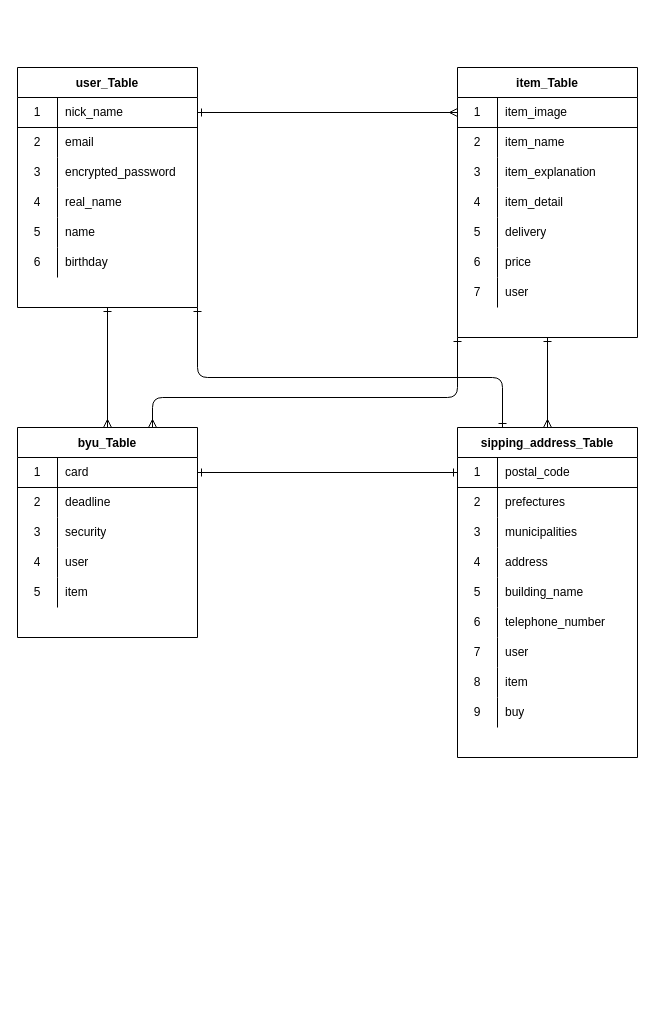
Above: furima.dio in YuuTakamine/furima-37748 (draw.io), before the change. Source tidied: cells renumbered, new cells numbered last; positions are measured from the earlier drawing's top-left corner, leaving out a move shared by most shapes. Both pictures are drawn from the tidied source at 100%, with x=0, y=0 at pixel (17, 67).
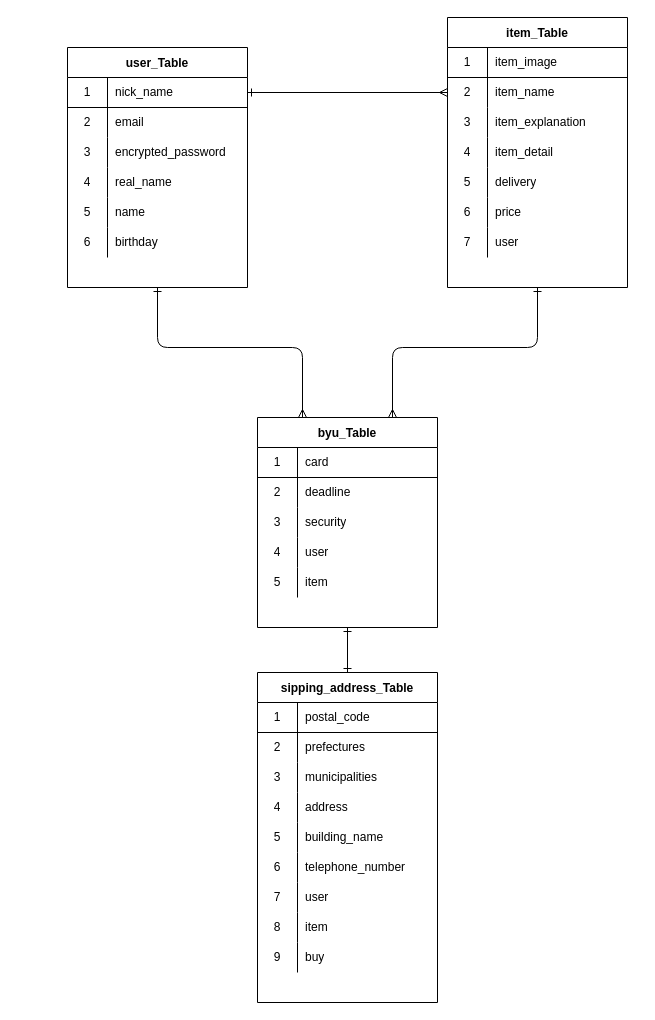
After the change.

Commit message (it also covers changes not shown here):
データベース設計(３回目)

Unchanged cells that the change refers to:
```xml
<mxCell id="5" style="shape=partialRectangle;html=1;whiteSpace=wrap;fillColor=none;top=0;left=0;bottom=1;right=0;points=[[0,0.5],[1,0.5]];portConstraint=eastwest;" parent="4" vertex="1">
  <mxGeometry y="30" width="180" height="30" as="geometry" />
</mxCell>
<mxCell id="26" style="shape=partialRectangle;html=1;whiteSpace=wrap;fillColor=none;top=0;left=0;bottom=1;right=0;points=[[0,0.5],[1,0.5]];portConstraint=eastwest;" parent="25" vertex="1">
  <mxGeometry y="30" width="180" height="30" as="geometry" />
</mxCell>
<mxCell id="29" style="shape=partialRectangle;html=1;whiteSpace=wrap;fillColor=none;top=0;left=0;bottom=0;right=0;points=[[0,0.5],[1,0.5]];portConstraint=eastwest;" parent="25" vertex="1">
  <mxGeometry y="60" width="180" height="30" as="geometry" />
</mxCell>
<mxCell id="48" style="shape=partialRectangle;html=1;whiteSpace=wrap;fillColor=none;top=0;left=0;bottom=1;right=0;points=[[0,0.5],[1,0.5]];portConstraint=eastwest;" parent="47" vertex="1">
  <mxGeometry y="30" width="180" height="30" as="geometry" />
</mxCell>
<mxCell id="64" style="shape=partialRectangle;html=1;whiteSpace=wrap;fillColor=none;top=0;left=0;bottom=1;right=0;points=[[0,0.5],[1,0.5]];portConstraint=eastwest;" parent="63" vertex="1">
  <mxGeometry y="30" width="180" height="30" as="geometry" />
</mxCell>
```

Change to the diagram source:
```diff
@@
-    <mxCell id="2" style="edgeStyle=none;html=1;exitX=0.5;exitY=1;exitDx=0;exitDy=0;entryX=0.5;entryY=0;entryDx=0;entryDy=0;startArrow=ERone;startFill=0;endArrow=ERmany;endFill=0;" parent="1" edge="1" source="4" target="47">
-      <mxGeometry relative="1" as="geometry" />
+    <mxCell id="2" style="edgeStyle=none;html=1;exitX=0.5;exitY=1;exitDx=0;exitDy=0;entryX=0.25;entryY=0;entryDx=0;entryDy=0;startArrow=ERone;startFill=0;endArrow=ERmany;endFill=0;" parent="1" edge="1" source="4" target="47">
+      <mxGeometry relative="1" as="geometry">
+        <Array as="points">
+          <mxPoint x="140" y="280" />
+          <mxPoint x="285" y="280" />
+        </Array>
+      </mxGeometry>
     </mxCell>
-    <mxCell id="3" style="edgeStyle=none;html=1;exitX=1;exitY=1;exitDx=0;exitDy=0;entryX=0.25;entryY=0;entryDx=0;entryDy=0;startArrow=ERone;startFill=0;endArrow=ERone;endFill=0;" parent="1" edge="1" source="4" target="63">
-      <mxGeometry relative="1" as="geometry">
-        <Array as="points">
-          <mxPoint x="180" y="310" />
-          <mxPoint x="485" y="310" />
-        </Array>
-      </mxGeometry>
-    </mxCell>
     <mxCell id="4" value="user_Table" style="shape=table;startSize=30;childLayout=tableLayout;rowLines=0;fontStyle=1;align=center;" parent="1" vertex="1">
-      <mxGeometry width="180" height="240" as="geometry" />
+      <mxGeometry x="50" y="-20" width="180" height="240" as="geometry" />
     </mxCell>
@@
-    <mxCell id="23" style="edgeStyle=none;html=1;exitX=0;exitY=1;exitDx=0;exitDy=0;entryX=0.75;entryY=0;entryDx=0;entryDy=0;startArrow=ERone;startFill=0;endArrow=ERmany;endFill=0;" parent="1" edge="1" source="25" target="47">
+    <mxCell id="23" style="edgeStyle=none;html=1;exitX=0.5;exitY=1;exitDx=0;exitDy=0;entryX=0.75;entryY=0;entryDx=0;entryDy=0;startArrow=ERone;startFill=0;endArrow=ERmany;endFill=0;" parent="1" edge="1" source="25" target="47">
       <mxGeometry relative="1" as="geometry">
         <Array as="points">
-          <mxPoint x="440" y="330" />
-          <mxPoint x="135" y="330" />
+          <mxPoint x="520" y="280" />
+          <mxPoint x="375" y="280" />
         </Array>
       </mxGeometry>
     </mxCell>
-    <mxCell id="24" style="edgeStyle=none;html=1;exitX=0.5;exitY=1;exitDx=0;exitDy=0;entryX=0.5;entryY=0;entryDx=0;entryDy=0;startArrow=ERone;startFill=0;endArrow=ERmany;endFill=0;" parent="1" edge="1" source="25" target="63">
-      <mxGeometry relative="1" as="geometry" />
-    </mxCell>
     <mxCell id="25" value="item_Table" style="shape=table;startSize=30;childLayout=tableLayout;rowLines=0;fontStyle=1;align=center;" parent="1" vertex="1">
-      <mxGeometry x="440" width="180" height="270" as="geometry" />
+      <mxGeometry x="430" y="-50" width="180" height="270" as="geometry" />
     </mxCell>
@@
     <mxCell id="47" value="byu_Table" style="shape=table;startSize=30;childLayout=tableLayout;rowLines=0;fontStyle=1;align=center;" parent="1" vertex="1">
-      <mxGeometry y="360" width="180" height="210" as="geometry" />
+      <mxGeometry x="240" y="350" width="180" height="210" as="geometry" />
     </mxCell>
@@
     <mxCell id="63" value="sipping_address_Table" style="shape=table;startSize=30;childLayout=tableLayout;rowLines=0;fontStyle=1;align=center;" parent="1" vertex="1">
-      <mxGeometry x="440" y="360" width="180" height="330" as="geometry" />
+      <mxGeometry x="240" y="605" width="180" height="330" as="geometry" />
     </mxCell>
@@
-    <mxCell id="91" style="edgeStyle=none;html=1;exitX=1;exitY=0.5;exitDx=0;exitDy=0;entryX=0;entryY=0.5;entryDx=0;entryDy=0;startArrow=ERone;startFill=0;endArrow=ERmany;endFill=0;" parent="1" edge="1" source="5" target="26">
+    <mxCell id="91" style="edgeStyle=none;html=1;exitX=1;exitY=0.5;exitDx=0;exitDy=0;entryX=0;entryY=0.5;entryDx=0;entryDy=0;startArrow=ERone;startFill=0;endArrow=ERmany;endFill=0;" parent="1" edge="1" source="5" target="29">
       <mxGeometry relative="1" as="geometry" />
     </mxCell>
-    <mxCell id="92" style="edgeStyle=none;html=1;exitX=1;exitY=0.5;exitDx=0;exitDy=0;entryX=0;entryY=0.5;entryDx=0;entryDy=0;startArrow=ERone;startFill=0;endArrow=ERone;endFill=0;" parent="1" edge="1" source="48" target="64">
+    <mxCell id="92" style="edgeStyle=none;html=1;exitX=0.5;exitY=1;exitDx=0;exitDy=0;entryX=0.5;entryY=0;entryDx=0;entryDy=0;startArrow=ERone;startFill=0;endArrow=ERone;endFill=0;" parent="1" edge="1" source="47" target="63">
       <mxGeometry relative="1" as="geometry" />
     </mxCell>
```
